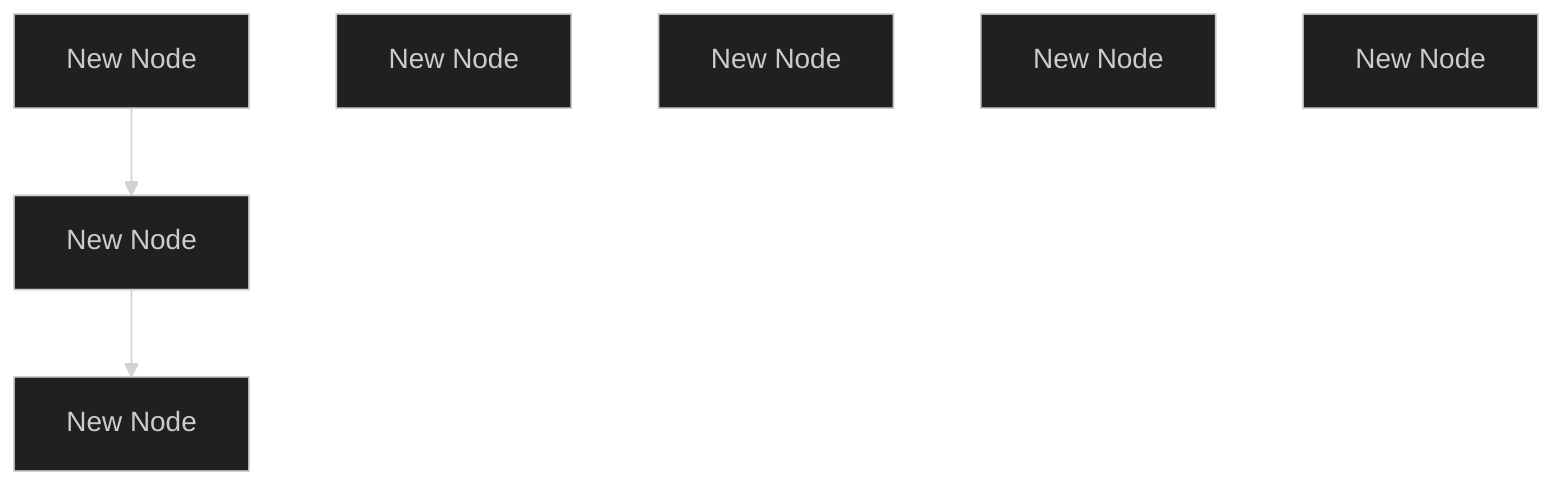
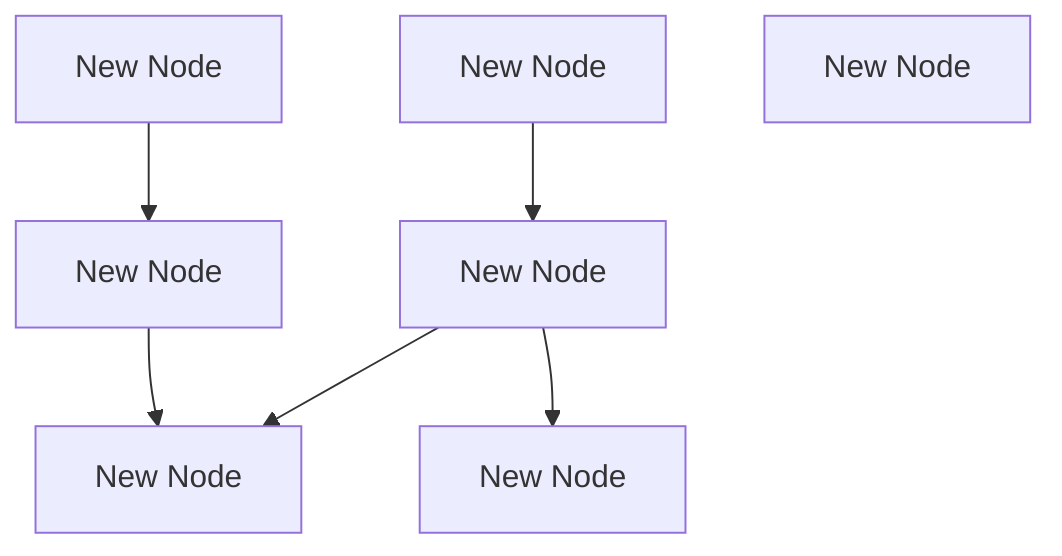
- %%{init: {'theme':'dark'}}%%
graph TB
    node_1[New Node]
    node_2[New Node]
    node_3[New Node]
    node_4[New Node]
    node_5[New Node]
    node_6[New Node]
    node_7[New Node]
    node_2--> node_6
-     node_6--> node_1+     node_6--> node_1
+     node_3--> node_4
+     node_4--> node_1
+     node_4--> node_7